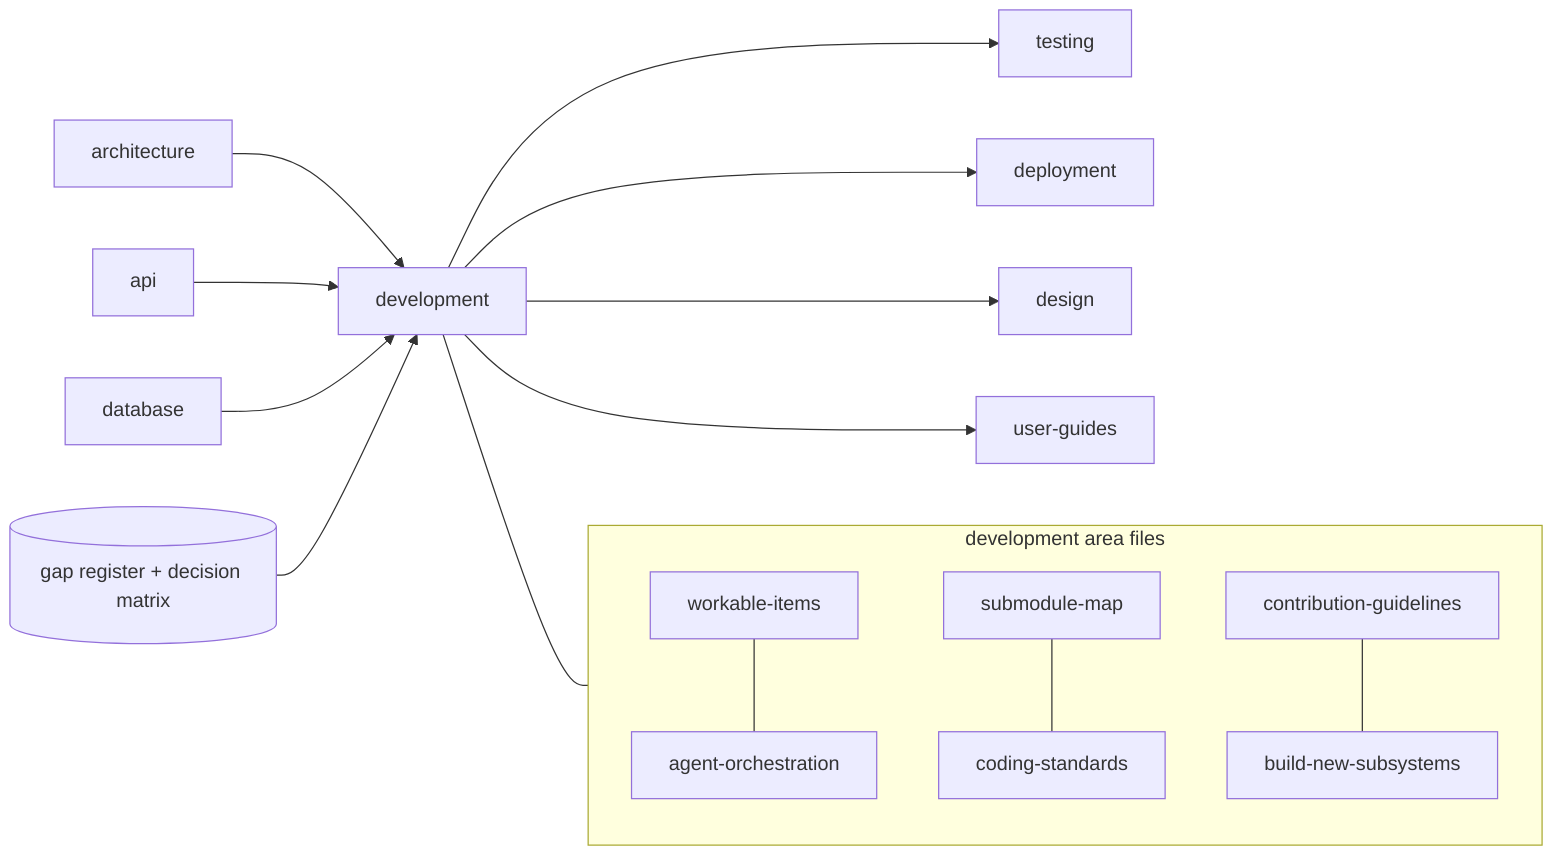
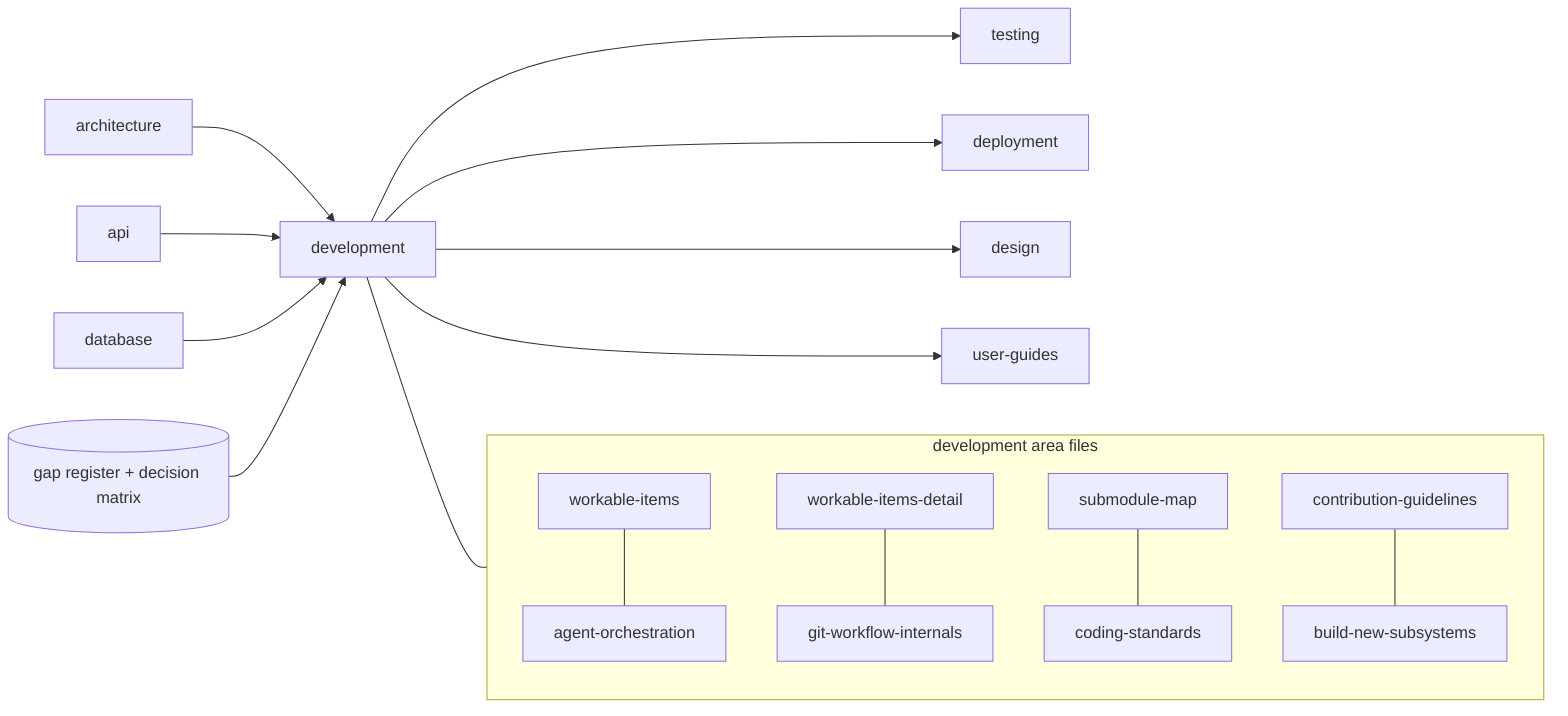
flowchart LR
  ARCH[architecture] --> DEV[development]
  API[api] --> DEV
  DB[database] --> DEV
  GAP[(gap register + decision matrix)] --> DEV
  DEV --> TST[testing]
  DEV --> DEP[deployment]
  DEV --> DES[design]
  DEV --> UG[user-guides]
  subgraph DEV_files[development area files]
    WI[workable-items] --- AO[agent-orchestration]
+     WID[workable-items-detail] --- GWI[git-workflow-internals]
    SM[submodule-map] --- CS[coding-standards]
    CG[contribution-guidelines] --- BN[build-new-subsystems]
  end
  DEV --- DEV_files
